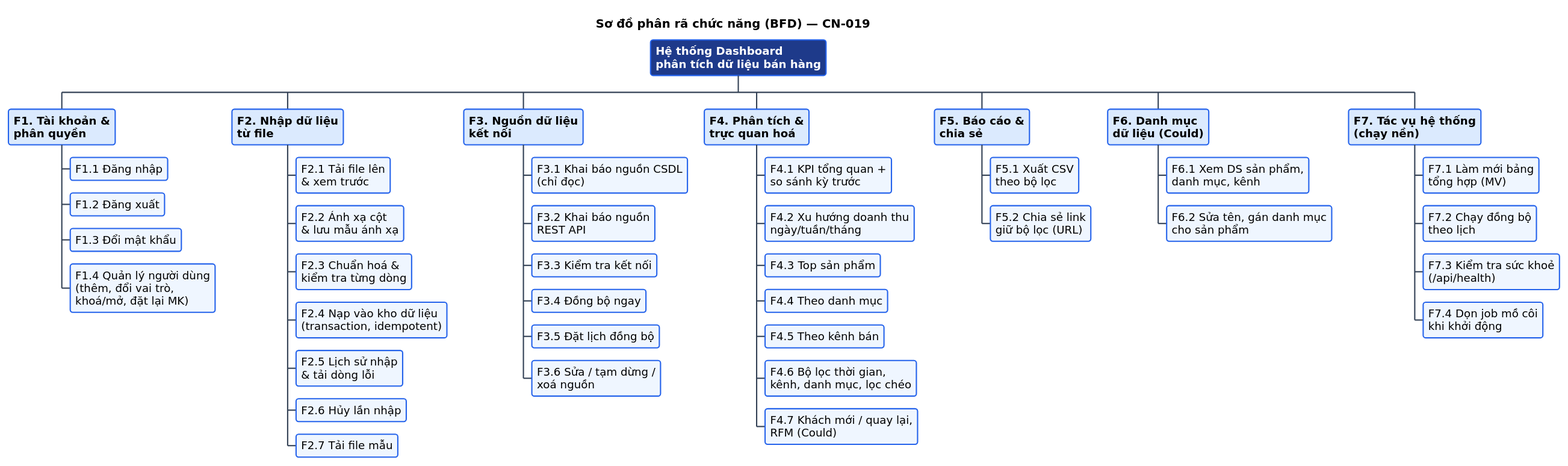
Before: docs/phan-tich/so-do/out/08-bfd.svg, a diagram exported from PlantUML (hoang13516-dev/TTCN_CCROBO). Its diagram source:
```plantuml
@startwbs 08-bfd
!include _style.iuml
<style>
wbsDiagram {
  node { BackgroundColor #eff6ff; LineColor #2563eb; RoundCorner 6; Padding 6 }
  :depth(0) { BackgroundColor #1e3a8a; FontColor white; FontStyle bold }
  :depth(1) { BackgroundColor #dbeafe; FontStyle bold }
}
</style>
title Sơ đồ phân rã chức năng (BFD) — CN-019
* Hệ thống Dashboard\nphân tích dữ liệu bán hàng
** F1. Tài khoản &\nphân quyền
*** F1.1 Đăng nhập
*** F1.2 Đăng xuất
*** F1.3 Đổi mật khẩu
*** F1.4 Quản lý người dùng\n(thêm, đổi vai trò,\nkhoá/mở, đặt lại MK)
** F2. Nhập dữ liệu\ntừ file
*** F2.1 Tải file lên\n& xem trước
*** F2.2 Ánh xạ cột\n& lưu mẫu ánh xạ
*** F2.3 Chuẩn hoá &\nkiểm tra từng dòng
*** F2.4 Nạp vào kho dữ liệu\n(transaction, idempotent)
*** F2.5 Lịch sử nhập\n& tải dòng lỗi
*** F2.6 Hủy lần nhập
*** F2.7 Tải file mẫu
** F3. Nguồn dữ liệu\nkết nối
*** F3.1 Khai báo nguồn CSDL\n(chỉ đọc)
*** F3.2 Khai báo nguồn\nREST API
*** F3.3 Kiểm tra kết nối
*** F3.4 Đồng bộ ngay
*** F3.5 Đặt lịch đồng bộ
*** F3.6 Sửa / tạm dừng /\nxoá nguồn
** F4. Phân tích &\ntrực quan hoá
*** F4.1 KPI tổng quan +\nso sánh kỳ trước
*** F4.2 Xu hướng doanh thu\nngày/tuần/tháng
*** F4.3 Top sản phẩm
*** F4.4 Theo danh mục
*** F4.5 Theo kênh bán
*** F4.6 Bộ lọc thời gian,\nkênh, danh mục, lọc chéo
*** F4.7 Khách mới / quay lại,\nRFM (Could)
** F5. Báo cáo &\nchia sẻ
*** F5.1 Xuất CSV\ntheo bộ lọc
*** F5.2 Chia sẻ link\ngiữ bộ lọc (URL)
** F6. Danh mục\ndữ liệu (Could)
*** F6.1 Xem DS sản phẩm,\ndanh mục, kênh
*** F6.2 Sửa tên, gán danh mục\ncho sản phẩm
** F7. Tác vụ hệ thống\n(chạy nền)
*** F7.1 Làm mới bảng\ntổng hợp (MV)
*** F7.2 Chạy đồng bộ\ntheo lịch
*** F7.3 Kiểm tra sức khoẻ\n(/api/health)
*** F7.4 Dọn job mồ côi\nkhi khởi động
@endwbs
```
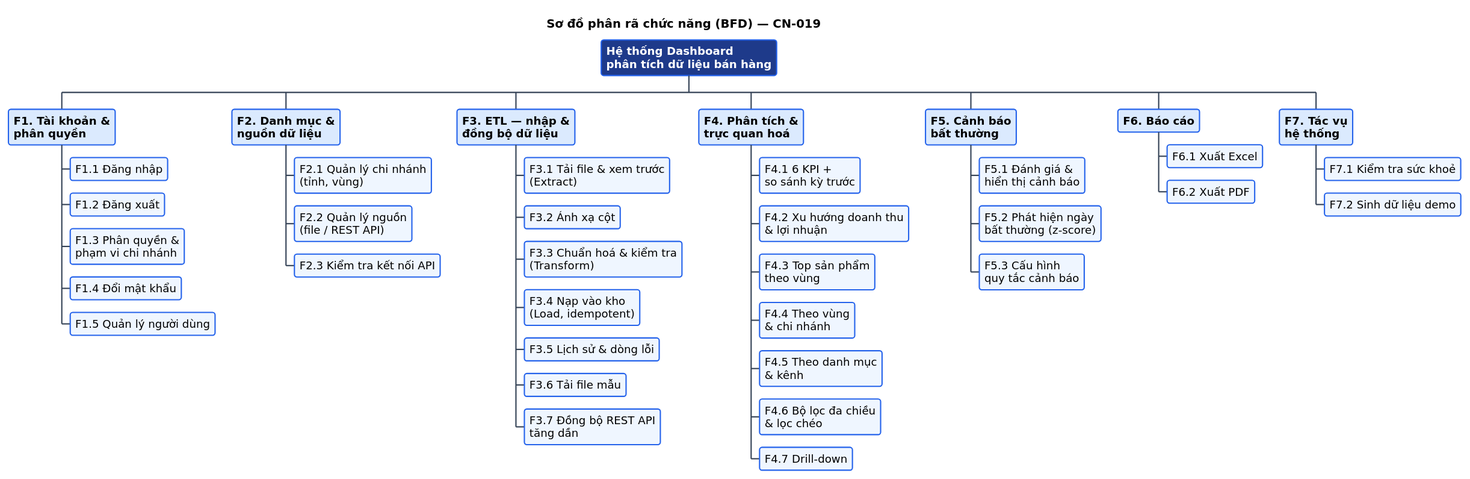
After the commit.

Change to the diagram source:
```diff
@@ -12,40 +12,37 @@
 ** F1. Tài khoản &\nphân quyền
 *** F1.1 Đăng nhập
 *** F1.2 Đăng xuất
-*** F1.3 Đổi mật khẩu
-*** F1.4 Quản lý người dùng\n(thêm, đổi vai trò,\nkhoá/mở, đặt lại MK)
-** F2. Nhập dữ liệu\ntừ file
-*** F2.1 Tải file lên\n& xem trước
-*** F2.2 Ánh xạ cột\n& lưu mẫu ánh xạ
-*** F2.3 Chuẩn hoá &\nkiểm tra từng dòng
-*** F2.4 Nạp vào kho dữ liệu\n(transaction, idempotent)
-*** F2.5 Lịch sử nhập\n& tải dòng lỗi
-*** F2.6 Hủy lần nhập
-*** F2.7 Tải file mẫu
-** F3. Nguồn dữ liệu\nkết nối
-*** F3.1 Khai báo nguồn CSDL\n(chỉ đọc)
-*** F3.2 Khai báo nguồn\nREST API
-*** F3.3 Kiểm tra kết nối
-*** F3.4 Đồng bộ ngay
-*** F3.5 Đặt lịch đồng bộ
-*** F3.6 Sửa / tạm dừng /\nxoá nguồn
+*** F1.3 Phân quyền &\nphạm vi chi nhánh
+*** F1.4 Đổi mật khẩu
+*** F1.5 Quản lý người dùng
+** F2. Danh mục &\nnguồn dữ liệu
+*** F2.1 Quản lý chi nhánh\n(tỉnh, vùng)
+*** F2.2 Quản lý nguồn\n(file / REST API)
+*** F2.3 Kiểm tra kết nối API
+** F3. ETL — nhập &\nđồng bộ dữ liệu
+*** F3.1 Tải file & xem trước\n(Extract)
+*** F3.2 Ánh xạ cột
+*** F3.3 Chuẩn hoá & kiểm tra\n(Transform)
+*** F3.4 Nạp vào kho\n(Load, idempotent)
+*** F3.5 Lịch sử & dòng lỗi
+*** F3.6 Tải file mẫu
+*** F3.7 Đồng bộ REST API\ntăng dần
 ** F4. Phân tích &\ntrực quan hoá
-*** F4.1 KPI tổng quan +\nso sánh kỳ trước
-*** F4.2 Xu hướng doanh thu\nngày/tuần/tháng
-*** F4.3 Top sản phẩm
-*** F4.4 Theo danh mục
-*** F4.5 Theo kênh bán
-*** F4.6 Bộ lọc thời gian,\nkênh, danh mục, lọc chéo
-*** F4.7 Khách mới / quay lại,\nRFM (Could)
-** F5. Báo cáo &\nchia sẻ
-*** F5.1 Xuất CSV\ntheo bộ lọc
-*** F5.2 Chia sẻ link\ngiữ bộ lọc (URL)
-** F6. Danh mục\ndữ liệu (Could)
-*** F6.1 Xem DS sản phẩm,\ndanh mục, kênh
-*** F6.2 Sửa tên, gán danh mục\ncho sản phẩm
-** F7. Tác vụ hệ thống\n(chạy nền)
-*** F7.1 Làm mới bảng\ntổng hợp (MV)
-*** F7.2 Chạy đồng bộ\ntheo lịch
-*** F7.3 Kiểm tra sức khoẻ\n(/api/health)
-*** F7.4 Dọn job mồ côi\nkhi khởi động
+*** F4.1 6 KPI +\nso sánh kỳ trước
+*** F4.2 Xu hướng doanh thu\n& lợi nhuận
+*** F4.3 Top sản phẩm\ntheo vùng
+*** F4.4 Theo vùng\n& chi nhánh
+*** F4.5 Theo danh mục\n& kênh
+*** F4.6 Bộ lọc đa chiều\n& lọc chéo
+*** F4.7 Drill-down
+** F5. Cảnh báo\nbất thường
+*** F5.1 Đánh giá &\nhiển thị cảnh báo
+*** F5.2 Phát hiện ngày\nbất thường (z-score)
+*** F5.3 Cấu hình\nquy tắc cảnh báo
+** F6. Báo cáo
+*** F6.1 Xuất Excel
+*** F6.2 Xuất PDF
+** F7. Tác vụ\nhệ thống
+*** F7.1 Kiểm tra sức khoẻ
+*** F7.2 Sinh dữ liệu demo
 @endwbs
```
